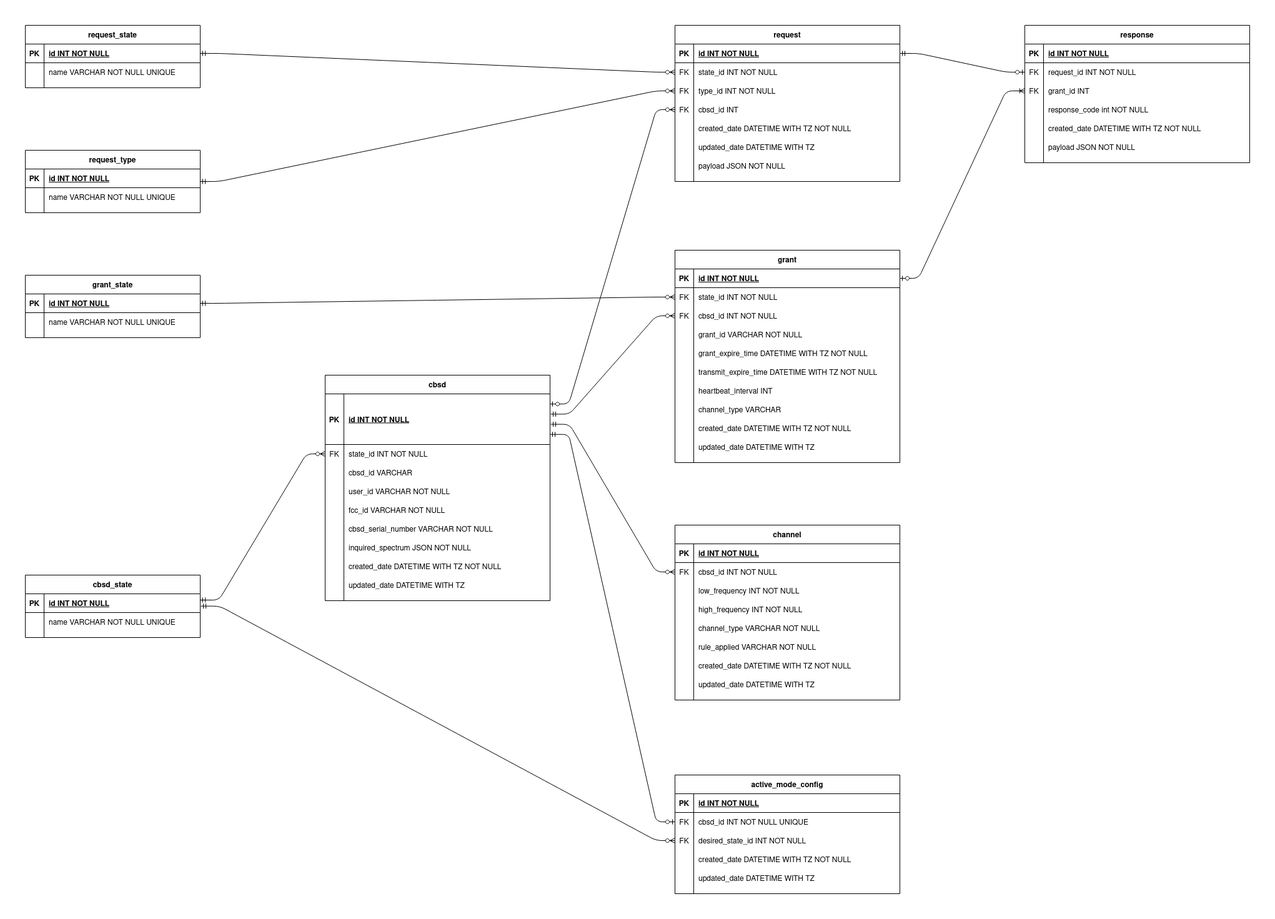
Before: docs/dp_db_schema.png, a diagram exported from draw.io (openEPC/domain-proxy). Source tidied: cells renumbered, new cells last; positions are measured from the earlier drawing's top-left corner, leaving out a move shared by most shapes.
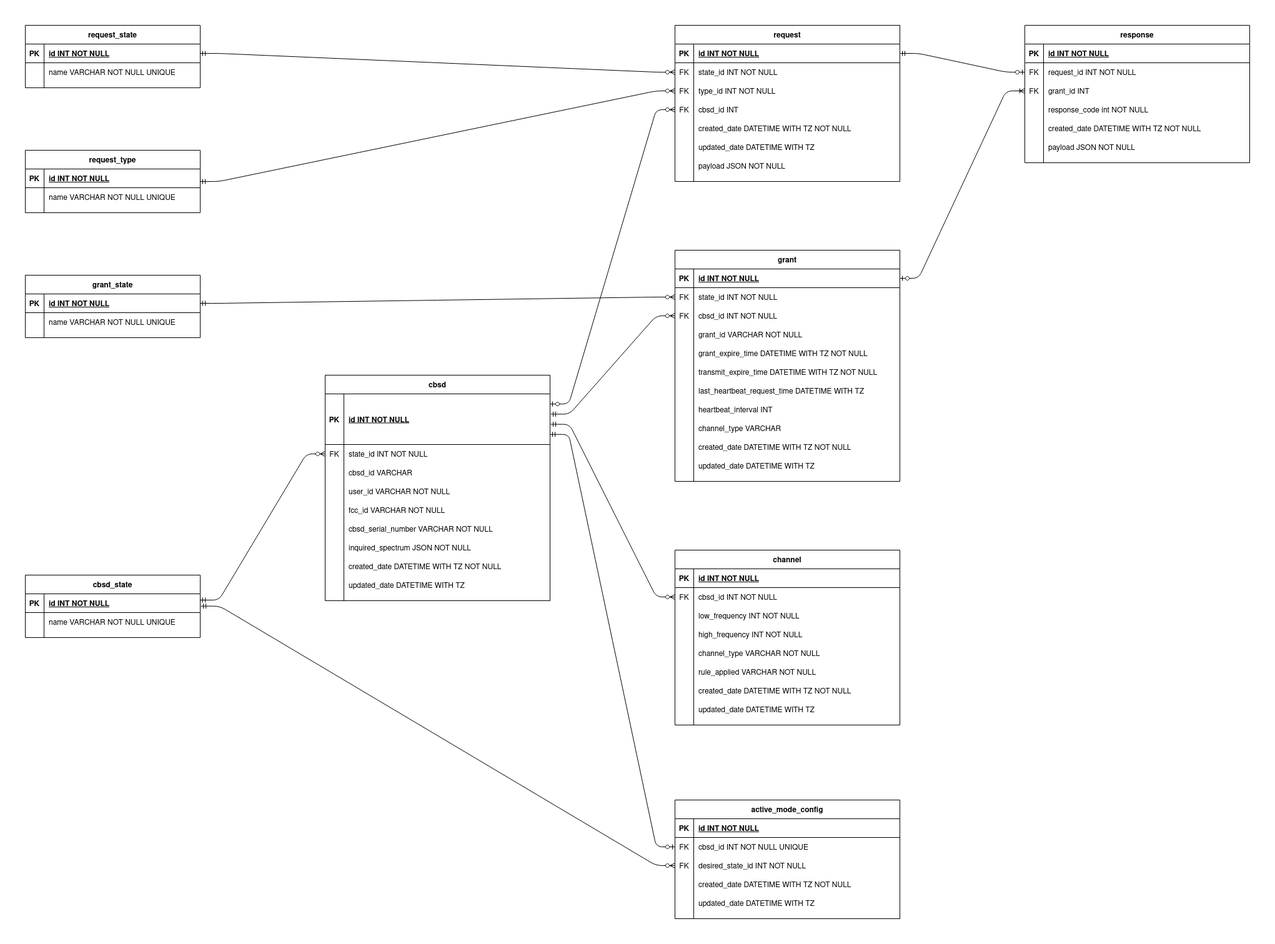
Later version of the same file.

Commit message:
Update db schema (add last heartbeat request time to grant)

The edit, as a diff of the source:
```diff
@@ -198,7 +198,7 @@
       <mxGeometry x="30" width="330" height="30" as="geometry" />
     </mxCell>
     <mxCell id="67" value="grant" style="shape=table;startSize=30;rowLines=0;fontStyle=1;align=center;" parent="1" vertex="1">
-      <mxGeometry x="1040" y="360" width="360" height="340" as="geometry" />
+      <mxGeometry x="1040" y="360" width="360" height="370" as="geometry" />
     </mxCell>
     <mxCell id="68" style="shape=partialRectangle;fillColor=none;points=[[0,0.5],[1,0.5]];portConstraint=eastwest;top=0;left=0;right=0;bottom=1;" parent="67" vertex="1">
       <mxGeometry y="30" width="360" height="30" as="geometry" />
@@ -260,11 +260,20 @@
     <mxCell id="87" style="shape=partialRectangle;overflow=hidden;fillColor=none;top=0;left=0;bottom=0;right=0;" parent="86" vertex="1">
       <mxGeometry width="30" height="30" as="geometry" />
     </mxCell>
-    <mxCell id="88" value="heartbeat_interval INT" style="shape=partialRectangle;overflow=hidden;fillColor=none;top=0;left=0;bottom=0;right=0;align=left;spacingLeft=6;" parent="86" vertex="1">
+    <mxCell id="88" value="last_heartbeat_request_time DATETIME WITH TZ" style="shape=partialRectangle;overflow=hidden;fillColor=none;top=0;left=0;bottom=0;right=0;align=left;spacingLeft=6;" parent="86" vertex="1">
       <mxGeometry x="30" width="330" height="30" as="geometry" />
     </mxCell>
+    <mxCell id="182" style="shape=partialRectangle;fillColor=none;top=0;left=0;right=0;bottom=0;" parent="67" vertex="1">
+      <mxGeometry y="240" width="360" height="30" as="geometry" />
+    </mxCell>
+    <mxCell id="183" style="shape=partialRectangle;overflow=hidden;fillColor=none;top=0;left=0;bottom=0;right=0;" parent="182" vertex="1">
+      <mxGeometry width="30" height="30" as="geometry" />
+    </mxCell>
+    <mxCell id="184" value="heartbeat_interval INT" style="shape=partialRectangle;overflow=hidden;fillColor=none;top=0;left=0;bottom=0;right=0;align=left;spacingLeft=6;" parent="182" vertex="1">
+      <mxGeometry x="30" width="330" height="30" as="geometry" />
+    </mxCell>
     <mxCell id="89" style="shape=partialRectangle;fillColor=none;top=0;left=0;right=0;bottom=0;" parent="67" vertex="1">
-      <mxGeometry y="240" width="360" height="30" as="geometry" />
+      <mxGeometry y="270" width="360" height="30" as="geometry" />
     </mxCell>
     <mxCell id="90" style="shape=partialRectangle;overflow=hidden;fillColor=none;top=0;left=0;bottom=0;right=0;" parent="89" vertex="1">
       <mxGeometry width="30" height="30" as="geometry" />
@@ -273,7 +282,7 @@
       <mxGeometry x="30" width="330" height="30" as="geometry" />
     </mxCell>
     <mxCell id="92" style="shape=partialRectangle;fillColor=none;top=0;left=0;right=0;bottom=0;" parent="67" vertex="1">
-      <mxGeometry y="270" width="360" height="30" as="geometry" />
+      <mxGeometry y="300" width="360" height="30" as="geometry" />
     </mxCell>
     <mxCell id="93" style="shape=partialRectangle;overflow=hidden;fillColor=none;top=0;left=0;bottom=0;right=0;" parent="92" vertex="1">
       <mxGeometry width="30" height="30" as="geometry" />
@@ -282,7 +291,7 @@
       <mxGeometry x="30" width="330" height="30" as="geometry" />
     </mxCell>
     <mxCell id="95" style="shape=partialRectangle;fillColor=none;top=0;left=0;right=0;bottom=0;" parent="67" vertex="1">
-      <mxGeometry y="300" width="360" height="30" as="geometry" />
+      <mxGeometry y="330" width="360" height="30" as="geometry" />
     </mxCell>
     <mxCell id="96" style="shape=partialRectangle;overflow=hidden;fillColor=none;top=0;left=0;bottom=0;right=0;" parent="95" vertex="1">
       <mxGeometry width="30" height="30" as="geometry" />
@@ -387,7 +396,7 @@
       <mxGeometry relative="1" as="geometry" />
     </mxCell>
     <mxCell id="130" value="channel" style="shape=table;startSize=30;rowLines=0;fontStyle=1;align=center;fontSize=12;" parent="1" vertex="1">
-      <mxGeometry x="1040" y="800" width="360" height="280" as="geometry" />
+      <mxGeometry x="1040" y="840" width="360" height="280" as="geometry" />
     </mxCell>
     <mxCell id="131" style="shape=partialRectangle;fillColor=none;top=0;left=0;bottom=1;right=0;" parent="130" vertex="1">
       <mxGeometry y="30" width="360" height="30" as="geometry" />
@@ -465,7 +474,7 @@
       <mxGeometry relative="1" as="geometry" />
     </mxCell>
     <mxCell id="156" value="active_mode_config" style="shape=table;startSize=30;rowLines=0;fontStyle=1;align=center;" parent="1" vertex="1">
-      <mxGeometry x="1040" y="1200" width="360" height="190" as="geometry" />
+      <mxGeometry x="1040" y="1240" width="360" height="190" as="geometry" />
     </mxCell>
     <mxCell id="157" style="shape=partialRectangle;fillColor=none;top=0;left=0;bottom=1;right=0;" parent="156" vertex="1">
       <mxGeometry y="30" width="360" height="30" as="geometry" />
```
